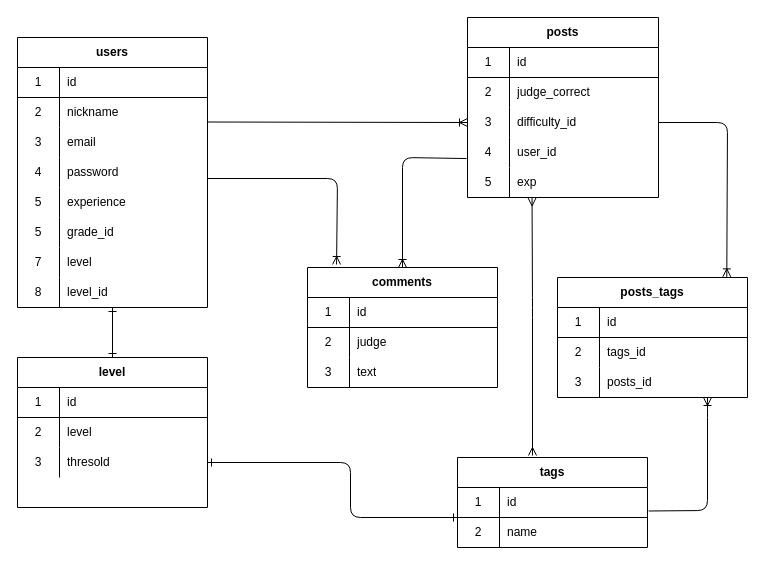
magatamaamagata/kendo_ippon keeps this draw.io diagram as db.dio. Above is the earlier version. Source tidied: cells renumbered, new cells numbered last; positions are measured from the earlier drawing's top-left corner, leaving out a move shared by most shapes. Both pictures are drawn from the tidied source at 100%, with x=0, y=0 at pixel (17, 17).
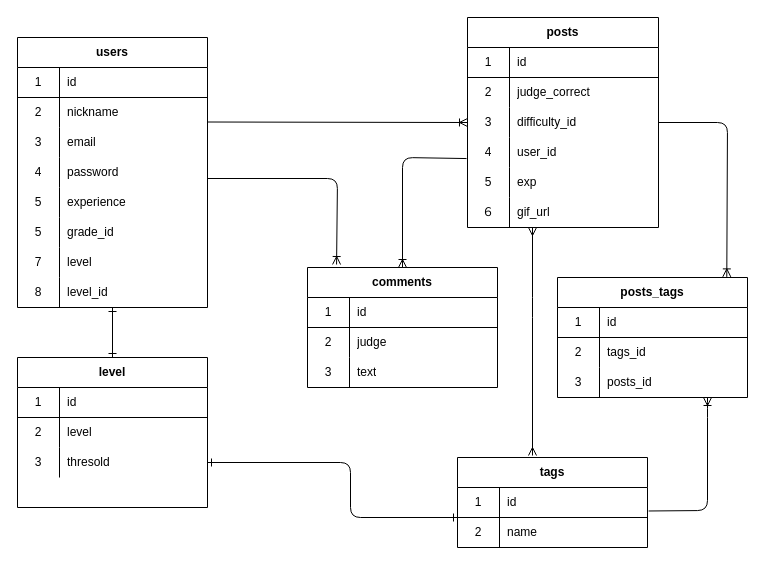
The same page after the edit.

The change refers to these unchanged cells:
```xml
<mxCell id="59" style="shape=partialRectangle;html=1;whiteSpace=wrap;fillColor=none;top=0;left=0;bottom=0;right=0;points=[[0,0.5],[1,0.5]];portConstraint=eastwest;" parent="46" vertex="1">
  <mxGeometry y="150" width="191" height="30" as="geometry" />
</mxCell>
```

Change to the diagram source:
```diff
@@
     <mxCell id="46" value="posts" style="shape=table;html=1;whiteSpace=wrap;startSize=30;childLayout=tableLayout;rowLines=0;fontStyle=1;align=center;" parent="1" vertex="1">
-      <mxGeometry x="450" width="191" height="180" as="geometry" />
+      <mxGeometry x="450" width="191" height="210" as="geometry" />
     </mxCell>
@@
+    <mxCell id="88" style="shape=partialRectangle;html=1;whiteSpace=wrap;fillColor=none;top=0;left=0;bottom=0;right=0;" parent="46" vertex="1">
+      <mxGeometry y="180" width="191" height="30" as="geometry" />
+    </mxCell>
+    <mxCell id="89" value="６" style="shape=partialRectangle;html=1;whiteSpace=wrap;fillColor=none;top=0;left=0;bottom=0;right=0;overflow=hidden;" parent="88" vertex="1">
+      <mxGeometry width="42" height="30" as="geometry" />
+    </mxCell>
+    <mxCell id="90" value="gif_url" style="shape=partialRectangle;html=1;whiteSpace=wrap;fillColor=none;top=0;left=0;bottom=0;right=0;align=left;spacingLeft=6;overflow=hidden;" parent="88" vertex="1">
+      <mxGeometry x="42" width="149" height="30" as="geometry" />
+    </mxCell>
@@
-    <mxCell id="85" style="endArrow=ERmany;html=1;endFill=0;entryX=0.338;entryY=1.013;entryDx=0;entryDy=0;entryPerimeter=0;startArrow=ERmany;startFill=0;" parent="1" edge="1" target="59">
+    <mxCell id="85" style="endArrow=ERmany;html=1;endFill=0;startArrow=ERmany;startFill=0;" parent="1" edge="1">
       <mxGeometry relative="1" as="geometry">
         <mxPoint x="515" y="438" as="sourcePoint" />
+        <mxPoint x="515" y="210" as="targetPoint" />
         <Array as="points">
           <mxPoint x="515" y="290" />
         </Array>
       </mxGeometry>
     </mxCell>
```
